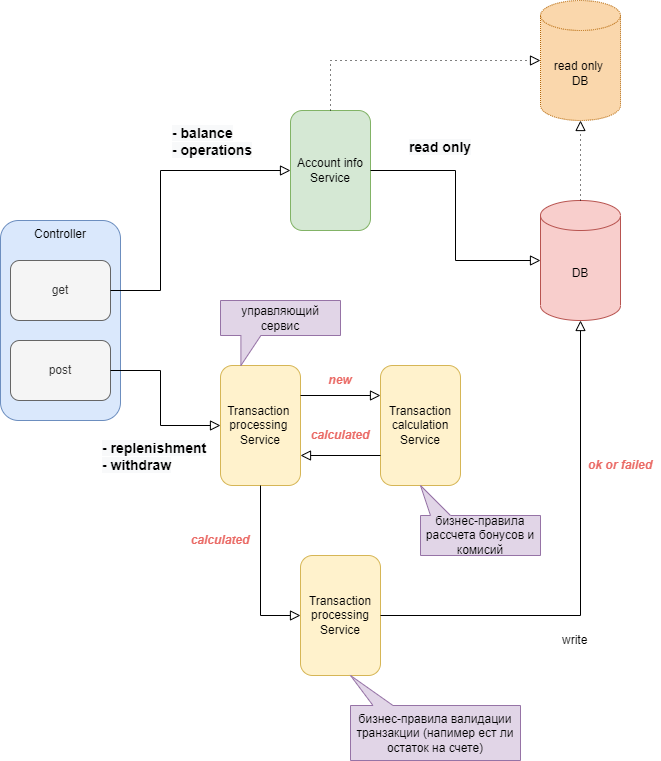
Earlier version of the draw.io export src/docs/design.png (DmitryKuznetsov83/spimex-test-task). Source tidied: cells renumbered, new cells last; positions are measured from the earlier drawing's top-left corner, leaving out a move shared by most shapes. Source of this version:
```xml
<mxGraphModel>
  <root>
    <mxCell id="0" />
    <mxCell id="1" parent="0" />
    <mxCell id="2" value="Controller" style="rounded=1;whiteSpace=wrap;html=1;fontSize=12;glass=0;strokeWidth=1;shadow=0;verticalAlign=top;fillColor=#dae8fc;strokeColor=#6c8ebf;" parent="1" vertex="1">
      <mxGeometry y="220" width="120" height="200" as="geometry" />
    </mxCell>
    <mxCell id="3" value="get" style="rounded=1;whiteSpace=wrap;html=1;fillColor=#f5f5f5;fontColor=#333333;strokeColor=#666666;" parent="1" vertex="1">
      <mxGeometry x="10" y="260" width="100" height="60" as="geometry" />
    </mxCell>
    <mxCell id="4" value="post" style="rounded=1;whiteSpace=wrap;html=1;fillColor=#f5f5f5;fontColor=#333333;strokeColor=#666666;" parent="1" vertex="1">
      <mxGeometry x="10" y="340" width="100" height="60" as="geometry" />
    </mxCell>
    <mxCell id="5" value="Account info&lt;br&gt;Service" style="rounded=1;whiteSpace=wrap;html=1;fontSize=12;glass=0;strokeWidth=1;shadow=0;verticalAlign=middle;fillColor=#d5e8d4;strokeColor=#82b366;" parent="1" vertex="1">
      <mxGeometry x="290" y="110" width="80" height="120" as="geometry" />
    </mxCell>
    <mxCell id="6" style="rounded=0;html=1;jettySize=auto;fontSize=11;endArrow=block;endFill=0;endSize=8;strokeWidth=1;shadow=0;labelBackgroundColor=none;edgeStyle=orthogonalEdgeStyle;exitX=1;exitY=0.5;exitDx=0;exitDy=0;entryX=0;entryY=0.5;entryDx=0;entryDy=0;" parent="1" edge="1" source="3" target="5">
      <mxGeometry x="0.33" y="20" relative="1" as="geometry">
        <Array as="points">
          <mxPoint x="160" y="290" />
          <mxPoint x="160" y="170" />
        </Array>
      </mxGeometry>
    </mxCell>
    <mxCell id="7" value="DB" style="shape=cylinder3;whiteSpace=wrap;html=1;boundedLbl=1;backgroundOutline=1;size=15;fillColor=#f8cecc;strokeColor=#b85450;" parent="1" vertex="1">
      <mxGeometry x="540" y="200" width="80" height="120" as="geometry" />
    </mxCell>
    <mxCell id="8" style="rounded=0;html=1;jettySize=auto;fontSize=11;endArrow=block;endFill=0;endSize=8;strokeWidth=1;shadow=0;labelBackgroundColor=none;edgeStyle=orthogonalEdgeStyle;exitX=1;exitY=0.5;exitDx=0;exitDy=0;" parent="1" edge="1" source="5" target="7">
      <mxGeometry x="0.33" y="20" relative="1" as="geometry" />
    </mxCell>
    <mxCell id="9" value="Transaction &lt;br&gt;processing &lt;br&gt;Service" style="rounded=1;whiteSpace=wrap;html=1;fontSize=12;glass=0;strokeWidth=1;shadow=0;verticalAlign=middle;fillColor=#fff2cc;strokeColor=#d6b656;" parent="1" vertex="1">
      <mxGeometry x="220" y="365" width="80" height="120" as="geometry" />
    </mxCell>
    <mxCell id="10" value="Transaction&lt;br&gt;calculation&lt;br&gt;Service" style="rounded=1;whiteSpace=wrap;html=1;fontSize=12;glass=0;strokeWidth=1;shadow=0;verticalAlign=middle;fillColor=#fff2cc;strokeColor=#d6b656;" parent="1" vertex="1">
      <mxGeometry x="380" y="365" width="80" height="120" as="geometry" />
    </mxCell>
    <mxCell id="11" value="Transaction&lt;br&gt;processing&lt;br&gt;Service" style="rounded=1;whiteSpace=wrap;html=1;fontSize=12;glass=0;strokeWidth=1;shadow=0;verticalAlign=middle;fillColor=#fff2cc;strokeColor=#d6b656;" parent="1" vertex="1">
      <mxGeometry x="300" y="555" width="80" height="120" as="geometry" />
    </mxCell>
    <mxCell id="12" style="rounded=0;html=1;jettySize=auto;fontSize=11;endArrow=block;endFill=0;endSize=8;strokeWidth=1;shadow=0;labelBackgroundColor=none;edgeStyle=orthogonalEdgeStyle;entryX=0;entryY=0.5;entryDx=0;entryDy=0;align=left;labelPosition=right;verticalLabelPosition=middle;verticalAlign=middle;" parent="1" edge="1" source="4" target="9">
      <mxGeometry x="0.33" y="20" relative="1" as="geometry">
        <Array as="points">
          <mxPoint x="160" y="370" />
          <mxPoint x="160" y="425" />
        </Array>
      </mxGeometry>
    </mxCell>
    <mxCell id="13" value="&#10;&lt;span style=&quot;color: rgb(0, 0, 0); font-family: Helvetica; font-size: 14px; font-style: normal; font-variant-ligatures: normal; font-variant-caps: normal; letter-spacing: normal; orphans: 2; text-indent: 0px; text-transform: none; widows: 2; word-spacing: 0px; -webkit-text-stroke-width: 0px; background-color: rgb(248, 249, 250); text-decoration-thickness: initial; text-decoration-style: initial; text-decoration-color: initial; float: none; display: inline !important;&quot;&gt;- balance&lt;/span&gt;&lt;br style=&quot;color: rgb(0, 0, 0); font-family: Helvetica; font-size: 14px; font-style: normal; font-variant-ligatures: normal; font-variant-caps: normal; letter-spacing: normal; orphans: 2; text-indent: 0px; text-transform: none; widows: 2; word-spacing: 0px; -webkit-text-stroke-width: 0px; background-color: rgb(248, 249, 250); text-decoration-thickness: initial; text-decoration-style: initial; text-decoration-color: initial;&quot;&gt;&lt;span style=&quot;color: rgb(0, 0, 0); font-family: Helvetica; font-size: 14px; font-style: normal; font-variant-ligatures: normal; font-variant-caps: normal; letter-spacing: normal; orphans: 2; text-indent: 0px; text-transform: none; widows: 2; word-spacing: 0px; -webkit-text-stroke-width: 0px; background-color: rgb(248, 249, 250); text-decoration-thickness: initial; text-decoration-style: initial; text-decoration-color: initial; float: none; display: inline !important;&quot;&gt;- operations&lt;/span&gt;&#10;&#10;" style="text;html=1;strokeColor=none;fillColor=none;align=left;verticalAlign=middle;whiteSpace=wrap;rounded=0;fontStyle=1;fontSize=14;" parent="1" vertex="1">
      <mxGeometry x="170" y="130" width="100" height="40" as="geometry" />
    </mxCell>
    <mxCell id="14" value="&#10;&lt;span style=&quot;color: rgb(0, 0, 0); font-family: Helvetica; font-size: 14px; font-style: normal; font-variant-ligatures: normal; font-variant-caps: normal; letter-spacing: normal; orphans: 2; text-indent: 0px; text-transform: none; widows: 2; word-spacing: 0px; -webkit-text-stroke-width: 0px; background-color: rgb(248, 249, 250); text-decoration-thickness: initial; text-decoration-style: initial; text-decoration-color: initial; float: none; display: inline !important;&quot;&gt;- replenishment&lt;/span&gt;&lt;br style=&quot;color: rgb(0, 0, 0); font-family: Helvetica; font-size: 14px; font-style: normal; font-variant-ligatures: normal; font-variant-caps: normal; letter-spacing: normal; orphans: 2; text-indent: 0px; text-transform: none; widows: 2; word-spacing: 0px; -webkit-text-stroke-width: 0px; background-color: rgb(248, 249, 250); text-decoration-thickness: initial; text-decoration-style: initial; text-decoration-color: initial;&quot;&gt;&lt;span style=&quot;color: rgb(0, 0, 0); font-family: Helvetica; font-size: 14px; font-style: normal; font-variant-ligatures: normal; font-variant-caps: normal; letter-spacing: normal; orphans: 2; text-indent: 0px; text-transform: none; widows: 2; word-spacing: 0px; -webkit-text-stroke-width: 0px; background-color: rgb(248, 249, 250); text-decoration-thickness: initial; text-decoration-style: initial; text-decoration-color: initial; float: none; display: inline !important;&quot;&gt;-&amp;nbsp;withdraw&lt;/span&gt;&#10;&#10;" style="text;html=1;strokeColor=none;fillColor=none;align=left;verticalAlign=middle;whiteSpace=wrap;rounded=0;fontSize=14;fontStyle=1;" parent="1" vertex="1">
      <mxGeometry x="100" y="450" width="120" height="30" as="geometry" />
    </mxCell>
    <mxCell id="15" style="rounded=0;html=1;jettySize=auto;fontSize=11;endArrow=block;endFill=0;endSize=8;strokeWidth=1;shadow=0;labelBackgroundColor=none;edgeStyle=orthogonalEdgeStyle;exitX=1;exitY=0.25;exitDx=0;exitDy=0;entryX=0;entryY=0.25;entryDx=0;entryDy=0;" parent="1" edge="1" source="9" target="10">
      <mxGeometry x="0.33" y="20" relative="1" as="geometry" />
    </mxCell>
    <mxCell id="16" style="rounded=0;html=1;jettySize=auto;fontSize=11;endArrow=block;endFill=0;endSize=8;strokeWidth=1;shadow=0;labelBackgroundColor=none;edgeStyle=orthogonalEdgeStyle;exitX=0;exitY=0.75;exitDx=0;exitDy=0;" parent="1" edge="1" source="10">
      <mxGeometry x="0.33" y="20" relative="1" as="geometry">
        <mxPoint x="300" y="455" as="targetPoint" />
      </mxGeometry>
    </mxCell>
    <mxCell id="17" style="rounded=0;html=1;jettySize=auto;fontSize=11;endArrow=block;endFill=0;endSize=8;strokeWidth=1;shadow=0;labelBackgroundColor=none;edgeStyle=orthogonalEdgeStyle;exitX=0.5;exitY=1;exitDx=0;exitDy=0;entryX=0;entryY=0.5;entryDx=0;entryDy=0;" parent="1" edge="1" source="9" target="11">
      <mxGeometry x="0.33" y="20" relative="1" as="geometry" />
    </mxCell>
    <mxCell id="18" style="rounded=0;html=1;jettySize=auto;fontSize=11;endArrow=block;endFill=0;endSize=8;strokeWidth=1;shadow=0;labelBackgroundColor=none;edgeStyle=orthogonalEdgeStyle;exitX=1;exitY=0.5;exitDx=0;exitDy=0;entryX=0.5;entryY=1;entryDx=0;entryDy=0;entryPerimeter=0;" parent="1" edge="1" source="11">
      <mxGeometry x="0.33" y="20" relative="1" as="geometry">
        <mxPoint x="580" y="320" as="targetPoint" />
      </mxGeometry>
    </mxCell>
    <mxCell id="19" value="write" style="text;html=1;strokeColor=none;fillColor=none;align=left;verticalAlign=middle;whiteSpace=wrap;rounded=0;" parent="1" vertex="1">
      <mxGeometry x="560" y="625" width="80" height="30" as="geometry" />
    </mxCell>
    <mxCell id="20" value="&#10;&lt;span style=&quot;color: rgb(0, 0, 0); font-family: Helvetica; font-size: 14px; font-style: normal; font-variant-ligatures: normal; font-variant-caps: normal; letter-spacing: normal; orphans: 2; text-align: center; text-indent: 0px; text-transform: none; widows: 2; word-spacing: 0px; -webkit-text-stroke-width: 0px; background-color: rgb(248, 249, 250); text-decoration-thickness: initial; text-decoration-style: initial; text-decoration-color: initial; float: none; display: inline !important;&quot;&gt;read only&lt;/span&gt;&#10;&#10;" style="text;html=1;strokeColor=none;fillColor=none;align=center;verticalAlign=middle;whiteSpace=wrap;rounded=0;fontStyle=1;fontSize=14;" parent="1" vertex="1">
      <mxGeometry x="400" y="140" width="80" height="30" as="geometry" />
    </mxCell>
    <mxCell id="21" value="&lt;span style=&quot;font-size: 12px;&quot;&gt;бизнес-правила рассчета бонусов и комисий&lt;/span&gt;" style="shape=callout;whiteSpace=wrap;html=1;perimeter=calloutPerimeter;fontSize=11;size=30;position=0.75;base=20;direction=west;position2=1;fillColor=#e1d5e7;strokeColor=#9673a6;" parent="1" vertex="1">
      <mxGeometry x="420" y="485" width="120" height="70" as="geometry" />
    </mxCell>
    <mxCell id="22" value="&lt;span style=&quot;font-size: 12px;&quot;&gt;бизнес-правила валидации транзакции (напимер ест ли остаток на счете)&lt;/span&gt;" style="shape=callout;whiteSpace=wrap;html=1;perimeter=calloutPerimeter;fontSize=11;size=30;position=0.75;base=20;direction=west;position2=1;fillColor=#e1d5e7;strokeColor=#9673a6;" parent="1" vertex="1">
      <mxGeometry x="350" y="675" width="170" height="85" as="geometry" />
    </mxCell>
    <mxCell id="23" value="&lt;span style=&quot;font-size: 12px;&quot;&gt;управляющий сервис&lt;/span&gt;" style="shape=callout;whiteSpace=wrap;html=1;perimeter=calloutPerimeter;fontSize=11;size=30;position=0.17;base=20;direction=east;position2=0.17;fillColor=#e1d5e7;strokeColor=#9673a6;" parent="1" vertex="1">
      <mxGeometry x="220" y="300" width="120" height="65" as="geometry" />
    </mxCell>
    <mxCell id="24" value="read only &lt;br&gt;DB" style="shape=cylinder3;whiteSpace=wrap;html=1;boundedLbl=1;backgroundOutline=1;size=15;fillColor=#fad7ac;strokeColor=#b46504;dashed=1;dashPattern=1 1;" parent="1" vertex="1">
      <mxGeometry x="540" width="80" height="120" as="geometry" />
    </mxCell>
    <mxCell id="25" style="rounded=0;html=1;jettySize=auto;fontSize=11;endArrow=block;endFill=0;endSize=8;strokeWidth=1;shadow=0;labelBackgroundColor=none;edgeStyle=orthogonalEdgeStyle;exitX=0.5;exitY=0;exitDx=0;exitDy=0;entryX=0;entryY=0.5;entryDx=0;entryDy=0;entryPerimeter=0;dashed=1;dashPattern=1 4;" parent="1" edge="1" source="5" target="24">
      <mxGeometry x="0.33" y="20" relative="1" as="geometry" />
    </mxCell>
    <mxCell id="26" style="rounded=0;html=1;jettySize=auto;fontSize=11;endArrow=block;endFill=0;endSize=8;strokeWidth=1;shadow=0;labelBackgroundColor=none;edgeStyle=orthogonalEdgeStyle;exitX=0.5;exitY=0;exitDx=0;exitDy=0;entryX=0.5;entryY=1;entryDx=0;entryDy=0;entryPerimeter=0;dashed=1;dashPattern=1 4;exitPerimeter=0;" parent="1" edge="1" source="7" target="24">
      <mxGeometry x="0.33" y="20" relative="1" as="geometry" />
    </mxCell>
    <mxCell id="27" value="calculated" style="text;html=1;strokeColor=none;fillColor=none;align=center;verticalAlign=middle;whiteSpace=wrap;rounded=0;dashed=1;dashPattern=1 1;fontSize=12;fontStyle=3;fontColor=#EA6B66;" parent="1" vertex="1">
      <mxGeometry x="310" y="420" width="60" height="30" as="geometry" />
    </mxCell>
    <mxCell id="28" value="new" style="text;html=1;strokeColor=none;fillColor=none;align=center;verticalAlign=middle;whiteSpace=wrap;rounded=0;dashed=1;dashPattern=1 1;fontSize=12;fontStyle=3;fontColor=#EA6B66;" parent="1" vertex="1">
      <mxGeometry x="310" y="365" width="60" height="30" as="geometry" />
    </mxCell>
    <mxCell id="29" value="calculated" style="text;html=1;strokeColor=none;fillColor=none;align=center;verticalAlign=middle;whiteSpace=wrap;rounded=0;dashed=1;dashPattern=1 1;fontSize=12;fontStyle=3;fontColor=#EA6B66;" parent="1" vertex="1">
      <mxGeometry x="190" y="525" width="60" height="30" as="geometry" />
    </mxCell>
    <mxCell id="30" value="ok or failed" style="text;html=1;strokeColor=none;fillColor=none;align=center;verticalAlign=middle;whiteSpace=wrap;rounded=0;dashed=1;dashPattern=1 1;fontSize=12;fontStyle=3;fontColor=#EA6B66;" parent="1" vertex="1">
      <mxGeometry x="580" y="450" width="80" height="30" as="geometry" />
    </mxCell>
  </root>
</mxGraphModel>
```
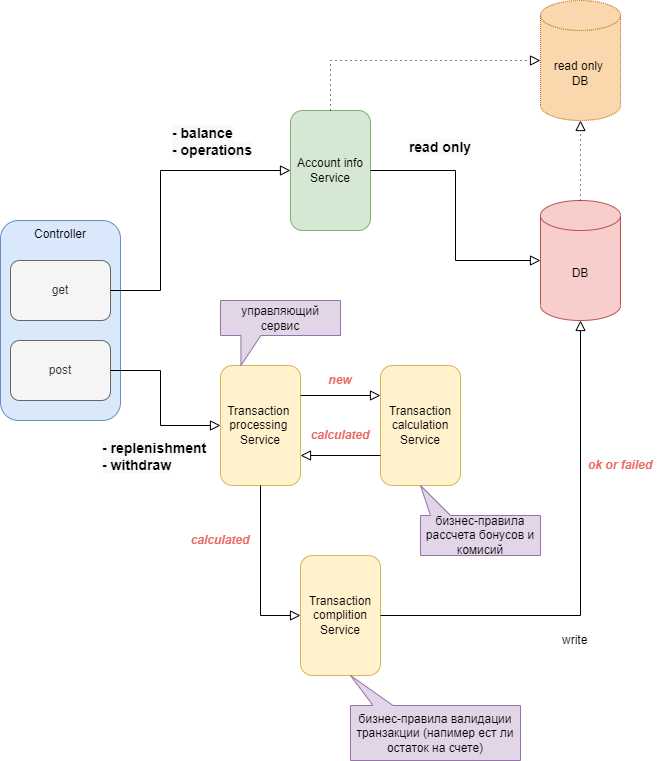
The same diagram one commit later.

Commit message:
design picture improved

What changed in the source:
```diff
@@ -34,7 +34,7 @@
     <mxCell id="10" value="Transaction&lt;br&gt;calculation&lt;br&gt;Service" style="rounded=1;whiteSpace=wrap;html=1;fontSize=12;glass=0;strokeWidth=1;shadow=0;verticalAlign=middle;fillColor=#fff2cc;strokeColor=#d6b656;" parent="1" vertex="1">
       <mxGeometry x="380" y="365" width="80" height="120" as="geometry" />
     </mxCell>
-    <mxCell id="11" value="Transaction&lt;br&gt;processing&lt;br&gt;Service" style="rounded=1;whiteSpace=wrap;html=1;fontSize=12;glass=0;strokeWidth=1;shadow=0;verticalAlign=middle;fillColor=#fff2cc;strokeColor=#d6b656;" parent="1" vertex="1">
+    <mxCell id="11" value="Transaction&lt;br&gt;complition&lt;br&gt;Service" style="rounded=1;whiteSpace=wrap;html=1;fontSize=12;glass=0;strokeWidth=1;shadow=0;verticalAlign=middle;fillColor=#fff2cc;strokeColor=#d6b656;" parent="1" vertex="1">
       <mxGeometry x="300" y="555" width="80" height="120" as="geometry" />
     </mxCell>
     <mxCell id="12" style="rounded=0;html=1;jettySize=auto;fontSize=11;endArrow=block;endFill=0;endSize=8;strokeWidth=1;shadow=0;labelBackgroundColor=none;edgeStyle=orthogonalEdgeStyle;entryX=0;entryY=0.5;entryDx=0;entryDy=0;align=left;labelPosition=right;verticalLabelPosition=middle;verticalAlign=middle;" parent="1" edge="1" source="4" target="9">
```
